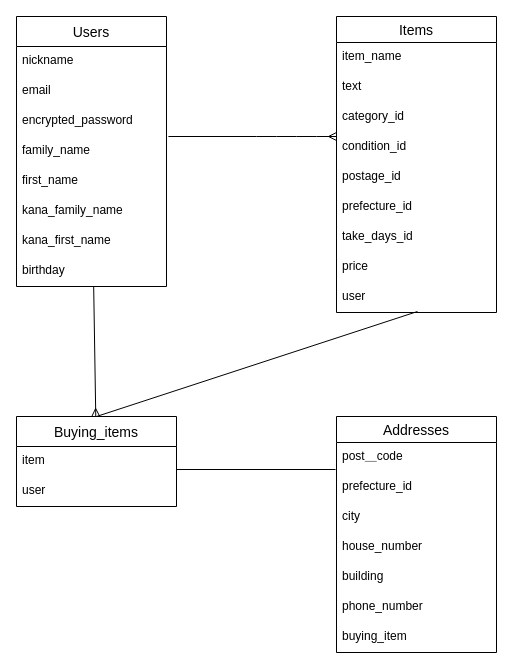
Earlier version of the draw.io diagram furima-37361.dio (okogeya/furima-37361). Source tidied: cells renumbered, new cells numbered last; positions are measured from the earlier drawing's top-left corner, leaving out a move shared by most shapes. Both pictures are drawn from the tidied source at 100%, with x=0, y=0 at pixel (16, 16).
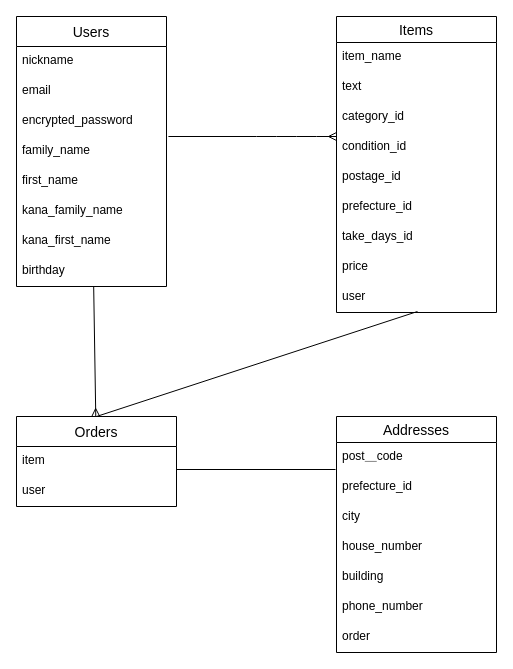
Above is the later version.

The change refers to these unchanged cells:
```xml
<mxCell id="23" value="Addresses" style="swimlane;fontStyle=0;horizontal=1;startSize=26;align=center;fontSize=14;" parent="1" vertex="1">
  <mxGeometry x="320" y="400" width="160" height="236" as="geometry" />
</mxCell>
```

What changed in the source:
```diff
@@
-    <mxCell id="30" value="buying_item" style="text;strokeColor=none;fillColor=none;spacingLeft=4;spacingRight=4;overflow=hidden;fontSize=12;" parent="23" vertex="1">
+    <mxCell id="30" value="order" style="text;strokeColor=none;fillColor=none;spacingLeft=4;spacingRight=4;overflow=hidden;fontSize=12;" parent="23" vertex="1">
       <mxGeometry y="206" width="160" height="30" as="geometry" />
     </mxCell>
@@
-    <mxCell id="33" value="Buying_items" style="swimlane;fontStyle=0;horizontal=1;startSize=30;align=center;fontSize=14;" parent="1" vertex="1">
+    <mxCell id="33" value="Orders" style="swimlane;fontStyle=0;horizontal=1;startSize=30;align=center;fontSize=14;" parent="1" vertex="1">
       <mxGeometry y="400" width="160" height="90" as="geometry" />
     </mxCell>
```
